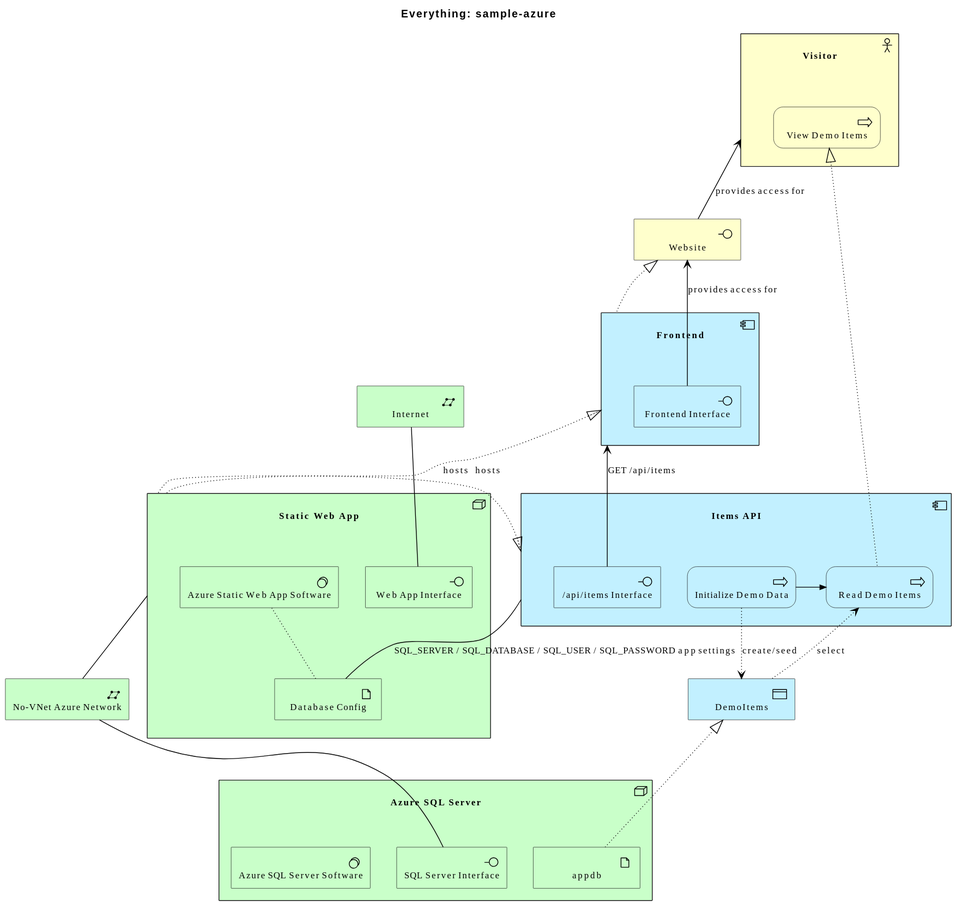
Above: diagrams/overview.svg in wolffy-au/frictionless-sample-azure (PlantUML), before the change. Its diagram source:
```plantuml
@startuml
!include <archimate/Archimate>

scale max 3800 width
title Everything: sample-azure

Technology_Node(e_id3db5d26be8ff56, "Static Web App") {
  Technology_Artifact(e_id1ee4629338065d, "Database Config")
  Technology_Interface(e_id33cc192ee35e5b, "Web App Interface")
  Technology_SystemSoftware(e_id3b81282895f35e, "Azure Static Web App Software")
}
Technology_Node(e_idd447595fb73a5f, "Azure SQL Server") {
  Technology_Artifact(e_idf0ecd6fb3b8b5b, "appdb")
  Technology_Interface(e_id76a7034dd9ab53, "SQL Server Interface")
  Technology_SystemSoftware(e_id30920e0c9a155d, "Azure SQL Server Software")
}
Technology_CommunicationNetwork(e_id5deb57760c7b5f, "No-VNet Azure Network")
Technology_CommunicationNetwork(e_id454e7b903b8357, "Internet")
Application_Component(e_idb9118a54ded651, "Items API") {
  Application_Interface(e_id27cc7f94392754, "/api/items Interface")
  Application_Process(e_id9e4601a2031c58, "Initialize Demo Data")
  Application_Process(e_idf9a91550500455, "Read Demo Items")
}
Application_Component(e_id859316e8097157, "Frontend") {
  Application_Interface(e_idd8a8c6ca248e52, "Frontend Interface")
}
Application_DataObject(e_id032efff5924e5e, "DemoItems")
Business_Actor(e_id40e6f8deb4f45c, "Visitor") {
  Business_Process(e_ida6f500d9395851, "View Demo Items")
}
Business_Interface(e_id66a63993dfde51, "Website")

Rel_Realization_Up(e_idf0ecd6fb3b8b5b, e_id032efff5924e5e, "")
Rel_Association(e_id1ee4629338065d, e_idb9118a54ded651, "SQL_SERVER / SQL_DATABASE / SQL_USER / SQL_PASSWORD app settings")
Rel_Association(e_id3db5d26be8ff56, e_id5deb57760c7b5f, "")
Rel_Realization_Up(e_id3db5d26be8ff56, e_id859316e8097157, "hosts")
Rel_Realization_Up(e_id3db5d26be8ff56, e_idb9118a54ded651, "hosts")
Rel_Serving_Up(e_id27cc7f94392754, e_id859316e8097157, "GET /api/items")
Rel_Triggering_Right(e_id9e4601a2031c58, e_idf9a91550500455, "")
Rel_Access_w(e_id9e4601a2031c58, e_id032efff5924e5e, "create/seed")
Rel_Access_r(e_idf9a91550500455, e_id032efff5924e5e, "select")
Rel_Serving_Up(e_id66a63993dfde51, e_id40e6f8deb4f45c, "provides access for")
Rel_Realization_Up(e_id859316e8097157, e_id66a63993dfde51, "")
Rel_Realization_Up(e_idf9a91550500455, e_ida6f500d9395851, "")
Rel_Serving_Up(e_idd8a8c6ca248e52, e_id66a63993dfde51, "provides access for")
Rel_Association(e_id454e7b903b8357, e_id33cc192ee35e5b, "")
Rel_Association(e_id5deb57760c7b5f, e_id76a7034dd9ab53, "")
Rel_Access(e_id3b81282895f35e, e_id1ee4629338065d, "")
@enduml
```
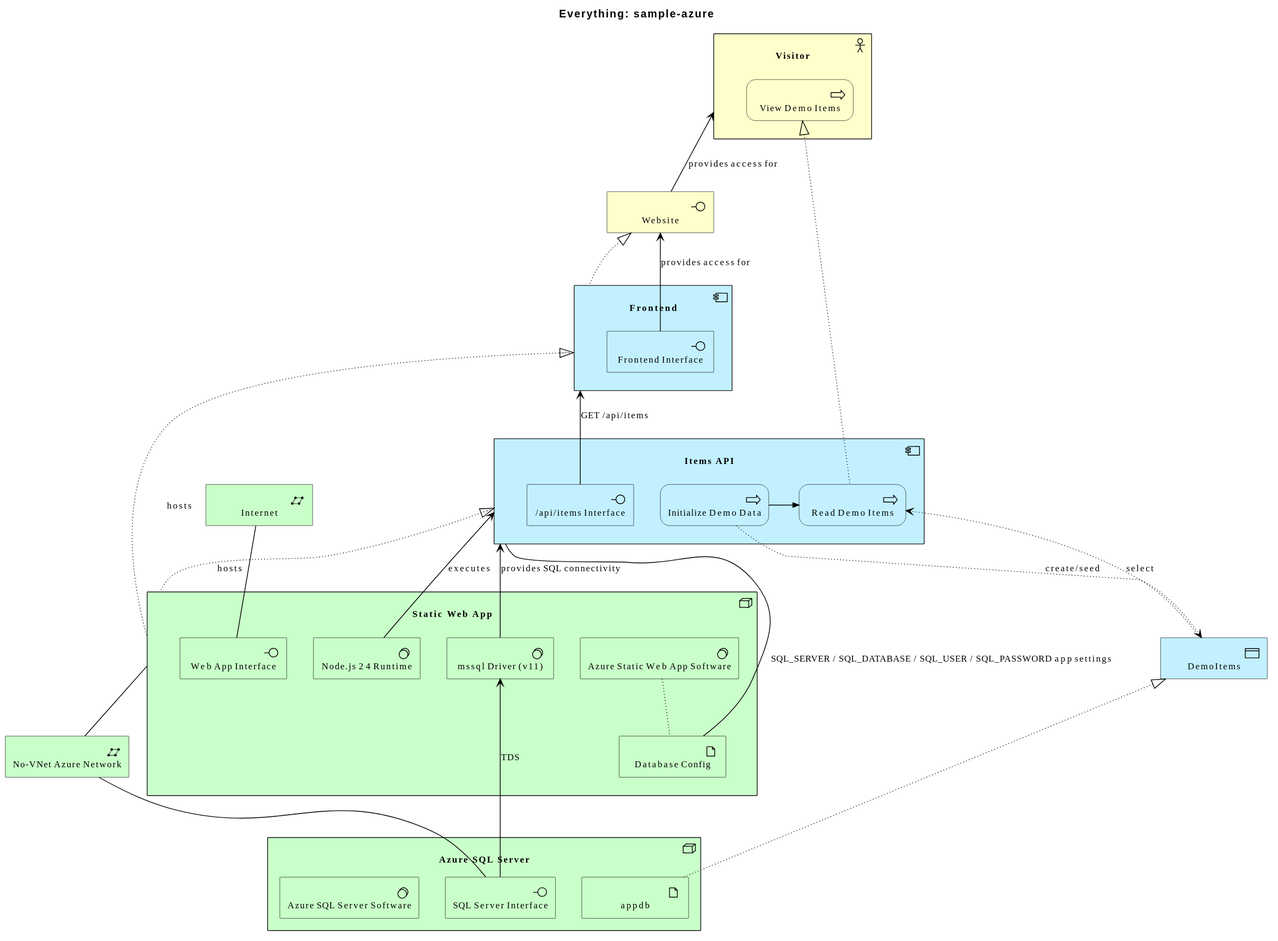
Above is the later version.

Commit message:
feat(architecture): model sample-azure's Node.js runtime and mssql driver

The edit, as a diff of the source:
```diff
@@ -8,6 +8,8 @@
   Technology_Artifact(e_id1ee4629338065d, "Database Config")
   Technology_Interface(e_id33cc192ee35e5b, "Web App Interface")
   Technology_SystemSoftware(e_id3b81282895f35e, "Azure Static Web App Software")
+  Technology_SystemSoftware(e_id0d25a940b29254, "Node.js 24 Runtime")
+  Technology_SystemSoftware(e_id4c5fc1cbb2f459, "mssql Driver (v11)")
 }
 Technology_Node(e_idd447595fb73a5f, "Azure SQL Server") {
   Technology_Artifact(e_idf0ecd6fb3b8b5b, "appdb")
@@ -46,4 +48,7 @@
 Rel_Association(e_id454e7b903b8357, e_id33cc192ee35e5b, "")
 Rel_Association(e_id5deb57760c7b5f, e_id76a7034dd9ab53, "")
 Rel_Access(e_id3b81282895f35e, e_id1ee4629338065d, "")
+Rel_Serving_Up(e_id0d25a940b29254, e_idb9118a54ded651, "executes")
+Rel_Serving_Up(e_id4c5fc1cbb2f459, e_idb9118a54ded651, "provides SQL connectivity")
+Rel_Serving_Up(e_id76a7034dd9ab53, e_id4c5fc1cbb2f459, "TDS")
 @enduml
```
